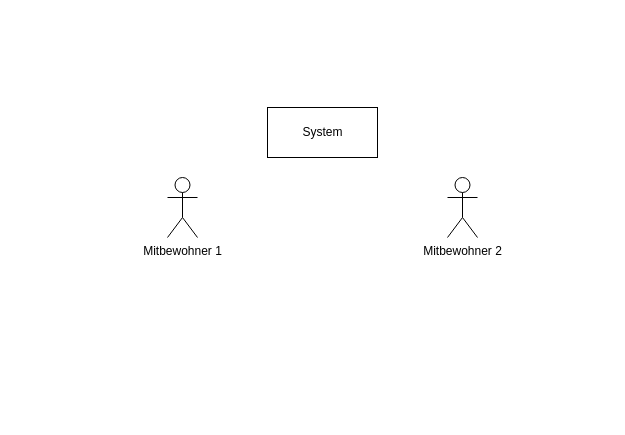
Earlier version of the draw.io diagram _analyse/use-cases/UC_4a-alt.drawio (leo-3108/mi-gdw-wglebensmittelplanung). Source tidied: cells renumbered, new cells numbered last; positions are measured from the earlier drawing's top-left corner, leaving out a move shared by most shapes. Both pictures are drawn from the tidied source at 100%, with x=0, y=0 at pixel (167, 107).
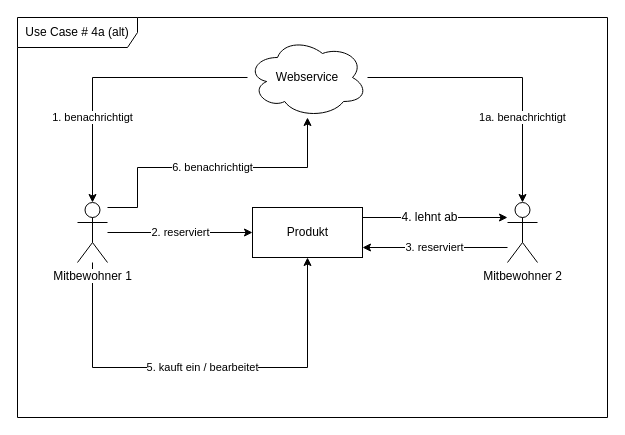
After the change.

What changed in the source:
```diff
@@
+    <mxCell id="5" value="Use Case # 4a (alt)" style="shape=umlFrame;whiteSpace=wrap;html=1;width=120;height=30;" parent="1" vertex="1">
+      <mxGeometry x="-150" y="-90" width="590" height="400" as="geometry" />
+    </mxCell>
+    <mxCell id="6" value="2. reserviert" style="edgeStyle=orthogonalEdgeStyle;rounded=0;jettySize=auto;html=1;" parent="1" edge="1" source="2" target="4">
+      <mxGeometry relative="1" as="geometry" />
+    </mxCell>
+    <mxCell id="7" value="5. kauft ein / bearbeitet" style="edgeStyle=orthogonalEdgeStyle;rounded=0;jettySize=auto;html=1;" parent="1" edge="1" source="2" target="4">
+      <mxGeometry relative="1" as="geometry">
+        <Array as="points">
+          <mxPoint x="-75" y="260" />
+          <mxPoint x="140" y="260" />
+        </Array>
+      </mxGeometry>
+    </mxCell>
+    <mxCell id="8" value="6. benachrichtigt" style="edgeStyle=orthogonalEdgeStyle;rounded=0;jettySize=auto;html=1;" parent="1" edge="1" source="2" target="14">
+      <mxGeometry relative="1" as="geometry">
+        <Array as="points">
+          <mxPoint x="-30" y="100" />
+          <mxPoint x="-30" y="60" />
+          <mxPoint x="140" y="60" />
+        </Array>
+      </mxGeometry>
+    </mxCell>
     <mxCell id="2" value="Mitbewohner 1" style="shape=umlActor;verticalLabelPosition=bottom;labelBackgroundColor=#ffffff;verticalAlign=top;html=1;" parent="1" vertex="1">
-      <mxGeometry y="70" width="30" height="60" as="geometry" />
+      <mxGeometry x="-90" y="95" width="30" height="60" as="geometry" />
     </mxCell>
+    <mxCell id="9" value="3. reserviert" style="edgeStyle=orthogonalEdgeStyle;rounded=0;jettySize=auto;html=1;" parent="1" edge="1" source="3" target="4">
+      <mxGeometry relative="1" as="geometry">
+        <Array as="points">
+          <mxPoint x="270" y="140" />
+          <mxPoint x="270" y="140" />
+        </Array>
+      </mxGeometry>
+    </mxCell>
     <mxCell id="3" value="Mitbewohner 2" style="shape=umlActor;verticalLabelPosition=bottom;labelBackgroundColor=#ffffff;verticalAlign=top;html=1;" parent="1" vertex="1">
-      <mxGeometry x="280" y="70" width="30" height="60" as="geometry" />
+      <mxGeometry x="340" y="95" width="30" height="60" as="geometry" />
     </mxCell>
+    <mxCell id="10" style="edgeStyle=orthogonalEdgeStyle;rounded=0;jettySize=auto;html=1;" parent="1" edge="1" source="4" target="3">
+      <mxGeometry relative="1" as="geometry">
+        <Array as="points">
+          <mxPoint x="260" y="110" />
+          <mxPoint x="260" y="110" />
+        </Array>
+      </mxGeometry>
+    </mxCell>
+    <mxCell id="11" value="4. lehnt ab" style="text;html=1;align=center;verticalAlign=middle;labelBackgroundColor=#ffffff;" parent="10" vertex="1">
+      <mxGeometry x="-0.09" y="1" relative="1" as="geometry" />
+    </mxCell>
-    <mxCell id="4" value="System" style="html=1;" parent="1" vertex="1">
-      <mxGeometry x="100" width="110" height="50" as="geometry" />
+    <mxCell id="4" value="Produkt" style="html=1;" parent="1" vertex="1">
+      <mxGeometry x="85" y="100" width="110" height="50" as="geometry" />
     </mxCell>
+    <mxCell id="12" value="1. benachrichtigt" style="edgeStyle=orthogonalEdgeStyle;rounded=0;jettySize=auto;html=1;" parent="1" edge="1" source="14" target="2">
+      <mxGeometry x="0.11" y="40" relative="1" as="geometry">
+        <mxPoint x="-40" y="40" as="offset" />
+      </mxGeometry>
+    </mxCell>
+    <mxCell id="13" value="1a. benachrichtigt" style="edgeStyle=orthogonalEdgeStyle;rounded=0;jettySize=auto;html=1;" parent="1" edge="1" source="14" target="3">
+      <mxGeometry x="0.11" y="-40" relative="1" as="geometry">
+        <mxPoint x="40" y="40" as="offset" />
+      </mxGeometry>
+    </mxCell>
+    <mxCell id="14" value="Webservice" style="ellipse;shape=cloud;whiteSpace=wrap;html=1;" parent="1" vertex="1">
+      <mxGeometry x="80" y="-70" width="120" height="80" as="geometry" />
+    </mxCell>
```
